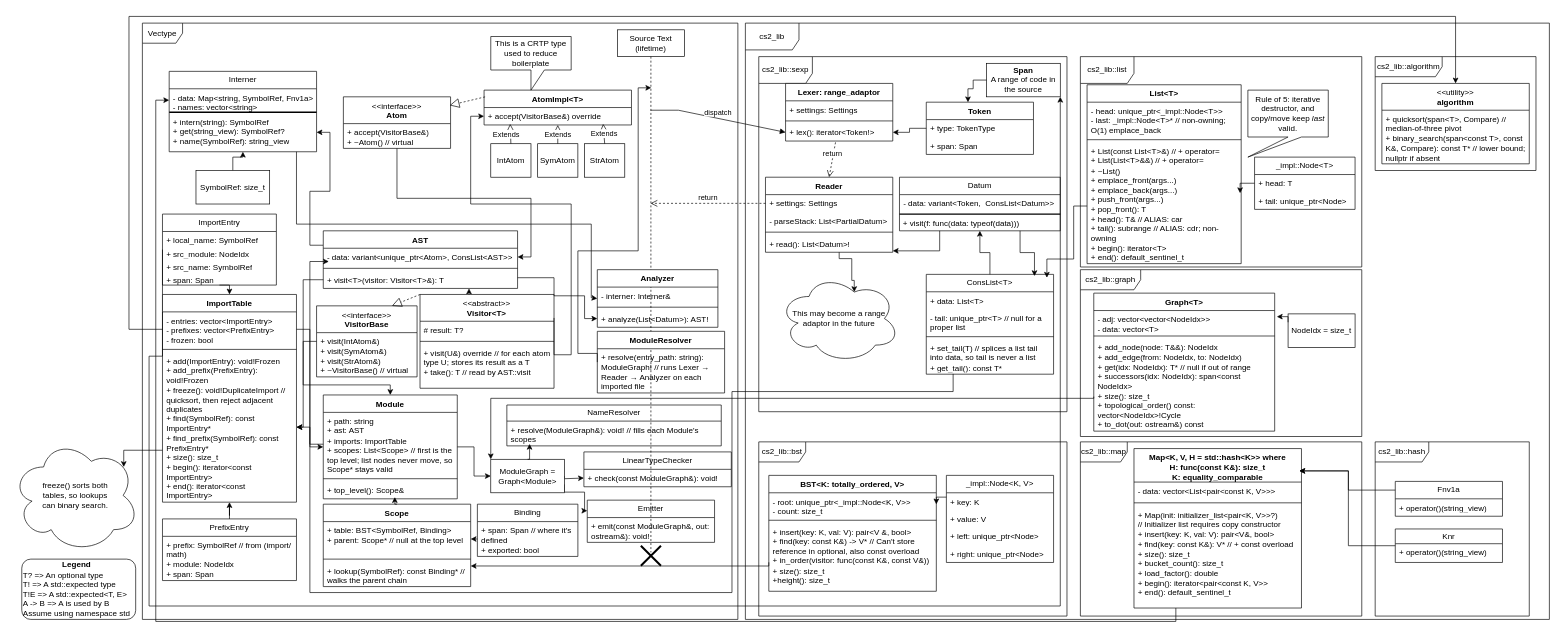
enderger/Computer-Science-2 keeps this draw.io diagram as page "Full Diagram" (1 of 2) of projects/vectype/docs/diagrams/Vectype.drawio. Above is the earlier version. Source tidied: cells renumbered, new cells numbered last; positions are measured from the earlier drawing's top-left corner, leaving out a move shared by most shapes. Both pictures are drawn from the tidied source at 67%, with x=0, y=0 at pixel (11, 16).
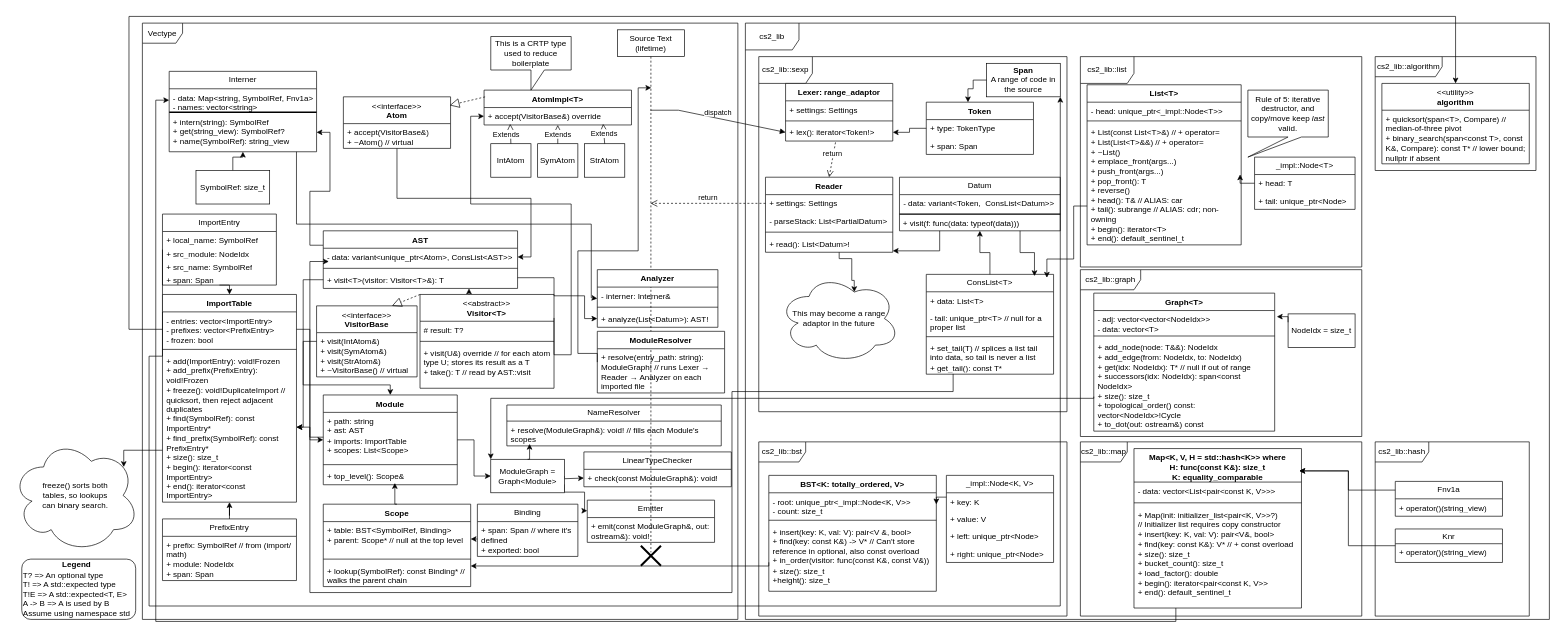
The same page after the edit.

Commit message:
Remove List's last pointer in favor of reversing the list

What changed in the source:
```diff
@@
     <mxCell id="19" value="List&amp;lt;T&amp;gt;" style="swimlane;fontStyle=1;align=center;verticalAlign=top;horizontal=1;startSize=26;whiteSpace=wrap;html=1;" parent="1" vertex="1">
-      <mxGeometry x="1605" y="102" width="230" height="267" as="geometry" />
+      <mxGeometry x="1605" y="102" width="230" height="239" as="geometry" />
     </mxCell>
-    <mxCell id="20" value="&lt;div&gt;- head: unique_ptr&amp;lt;_impl::Node&amp;lt;T&amp;gt;&amp;gt;&lt;/div&gt;&lt;div&gt;- last: _impl::Node&amp;lt;T&amp;gt;* // non-owning; O(1) emplace_back&lt;/div&gt;" style="text;strokeColor=none;fillColor=none;align=left;verticalAlign=top;spacingLeft=4;spacingRight=4;overflow=hidden;whiteSpace=wrap;html=1;" parent="19" vertex="1">
-      <mxGeometry y="26" width="230" height="52" as="geometry" />
+    <mxCell id="20" value="&lt;div&gt;- head: unique_ptr&amp;lt;_impl::Node&amp;lt;T&amp;gt;&amp;gt;&lt;/div&gt;" style="text;strokeColor=none;fillColor=none;align=left;verticalAlign=top;spacingLeft=4;spacingRight=4;overflow=hidden;whiteSpace=wrap;html=1;" parent="19" vertex="1">
+      <mxGeometry y="26" width="230" height="24" as="geometry" />
     </mxCell>
     <mxCell id="21" style="line;strokeWidth=1;fillColor=none;align=left;verticalAlign=middle;spacingTop=-1;spacingLeft=3;spacingRight=3;labelPosition=right;strokeColor=inherit;" parent="19" vertex="1">
-      <mxGeometry y="78" width="230" height="8" as="geometry" />
+      <mxGeometry y="50" width="230" height="8" as="geometry" />
     </mxCell>
-    <mxCell id="22" value="&lt;div&gt;+ List(const List&amp;lt;T&amp;gt;&amp;amp;) // + operator=&lt;/div&gt;&lt;div&gt;+ List(List&amp;lt;T&amp;gt;&amp;amp;&amp;amp;) // + operator=&lt;/div&gt;&lt;div&gt;+ ~List()&lt;/div&gt;&lt;div&gt;+ emplace_front(args...)&lt;/div&gt;&lt;div&gt;+ emplace_back(args...)&lt;/div&gt;&lt;div&gt;+ push_front(args...)&lt;/div&gt;&lt;div&gt;+ pop_front(): T&lt;/div&gt;&lt;div&gt;+ head(): T&amp;amp; // ALIAS: car&lt;/div&gt;&lt;div&gt;+ tail(): subrange // ALIAS: cdr; non-owning&lt;/div&gt;&lt;div&gt;+ begin(): iterator&amp;lt;T&amp;gt;&lt;/div&gt;&lt;div&gt;+ end(): default_sentinel_t&lt;/div&gt;" style="text;strokeColor=none;fillColor=none;align=left;verticalAlign=top;spacingLeft=4;spacingRight=4;overflow=hidden;points=[[0,0.5],[1,0.5]];portConstraint=eastwest;whiteSpace=wrap;html=1;" parent="19" vertex="1">
-      <mxGeometry y="86" width="230" height="181" as="geometry" />
+    <mxCell id="22" value="&lt;div&gt;+ List(const List&amp;lt;T&amp;gt;&amp;amp;) // + operator=&lt;/div&gt;&lt;div&gt;+ List(List&amp;lt;T&amp;gt;&amp;amp;&amp;amp;) // + operator=&lt;/div&gt;&lt;div&gt;+ ~List()&lt;/div&gt;&lt;div&gt;+ emplace_front(args...)&lt;/div&gt;&lt;div&gt;&lt;span style=&quot;background-color: transparent; color: light-dark(rgb(0, 0, 0), rgb(255, 255, 255));&quot;&gt;+ push_front(args...)&lt;/span&gt;&lt;/div&gt;&lt;div&gt;+ pop_front(): T&lt;/div&gt;&lt;div&gt;&lt;div&gt;&lt;span style=&quot;background-color: transparent; color: light-dark(rgb(0, 0, 0), rgb(255, 255, 255));&quot;&gt;+ reverse()&lt;/span&gt;&lt;/div&gt;&lt;/div&gt;&lt;div&gt;+ head(): T&amp;amp; // ALIAS: car&lt;/div&gt;&lt;div&gt;+ tail(): subrange // ALIAS: cdr; non-owning&lt;/div&gt;&lt;div&gt;+ begin(): iterator&amp;lt;T&amp;gt;&lt;/div&gt;&lt;div&gt;+ end(): default_sentinel_t&lt;/div&gt;" style="text;strokeColor=none;fillColor=none;align=left;verticalAlign=top;spacingLeft=4;spacingRight=4;overflow=hidden;points=[[0,0.5],[1,0.5]];portConstraint=eastwest;whiteSpace=wrap;html=1;" parent="19" vertex="1">
+      <mxGeometry y="58" width="230" height="181" as="geometry" />
     </mxCell>
@@
     <mxCell id="125" value="Module" style="swimlane;fontStyle=1;align=center;verticalAlign=top;horizontal=1;startSize=26;whiteSpace=wrap;html=1;" parent="1" vertex="1">
-      <mxGeometry x="465" y="565" width="200" height="155" as="geometry" />
+      <mxGeometry x="465" y="565" width="200" height="134" as="geometry" />
     </mxCell>
-    <mxCell id="126" value="&lt;div&gt;+ path: string&lt;/div&gt;&lt;div&gt;+ ast: AST&lt;/div&gt;&lt;div&gt;+ imports: ImportTable&lt;/div&gt;&lt;div&gt;+ scopes: List&amp;lt;Scope&amp;gt; // first is the top level; list nodes never move, so Scope* stays valid&lt;/div&gt;" style="text;strokeColor=none;fillColor=none;align=left;verticalAlign=top;spacingLeft=4;spacingRight=4;overflow=hidden;points=[[0,0.5],[1,0.5]];portConstraint=eastwest;whiteSpace=wrap;html=1;" parent="125" vertex="1">
-      <mxGeometry y="26" width="200" height="95" as="geometry" />
+    <mxCell id="126" value="&lt;div&gt;+ path: string&lt;/div&gt;&lt;div&gt;+ ast: AST&lt;/div&gt;&lt;div&gt;+ imports: ImportTable&lt;/div&gt;&lt;div&gt;+ scopes: List&amp;lt;Scope&amp;gt;&lt;/div&gt;" style="text;strokeColor=none;fillColor=none;align=left;verticalAlign=top;spacingLeft=4;spacingRight=4;overflow=hidden;points=[[0,0.5],[1,0.5]];portConstraint=eastwest;whiteSpace=wrap;html=1;" parent="125" vertex="1">
+      <mxGeometry y="26" width="200" height="74" as="geometry" />
     </mxCell>
     <mxCell id="127" style="line;strokeWidth=1;fillColor=none;align=left;verticalAlign=middle;spacingTop=-1;spacingLeft=3;spacingRight=3;labelPosition=right;strokeColor=inherit;" parent="125" vertex="1">
-      <mxGeometry y="121" width="200" height="8" as="geometry" />
+      <mxGeometry y="100" width="200" height="8" as="geometry" />
     </mxCell>
     <mxCell id="128" value="&lt;div&gt;+ top_level(): Scope&amp;amp;&lt;/div&gt;" style="text;strokeColor=none;fillColor=none;align=left;verticalAlign=top;spacingLeft=4;spacingRight=4;overflow=hidden;points=[[0,0.5],[1,0.5]];portConstraint=eastwest;whiteSpace=wrap;html=1;" parent="125" vertex="1">
-      <mxGeometry y="129" width="200" height="26" as="geometry" />
+      <mxGeometry y="108" width="200" height="26" as="geometry" />
     </mxCell>
```
